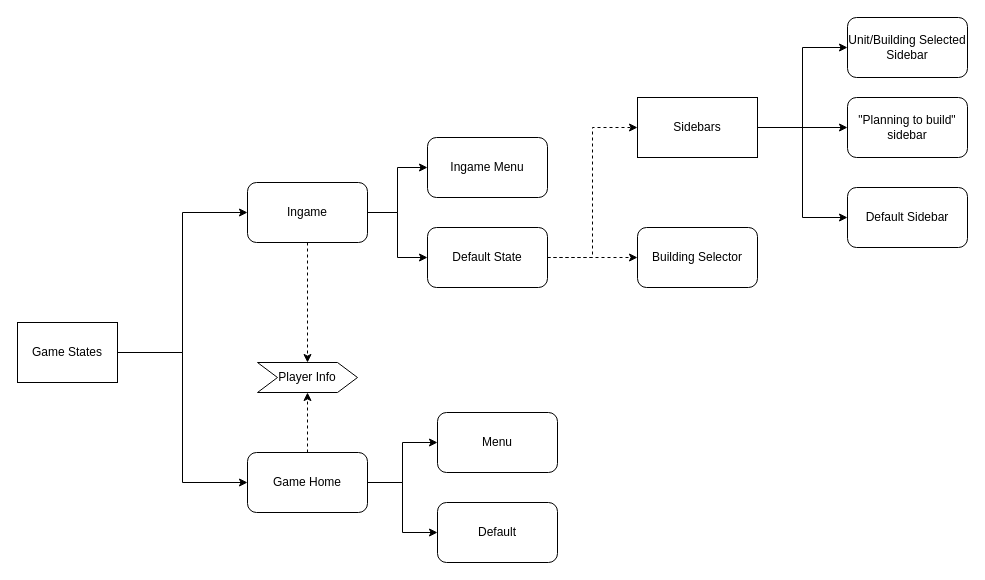
Above: page "game Structure" (3 of 3) of plan.drawio in Trentiumz/rts001 (draw.io), before the change. Source tidied: cells renumbered, new cells numbered last; positions are measured from the earlier drawing's top-left corner, leaving out a move shared by most shapes. Both pictures are drawn from the tidied source at 100%, with x=0, y=0 at pixel (17, 17).
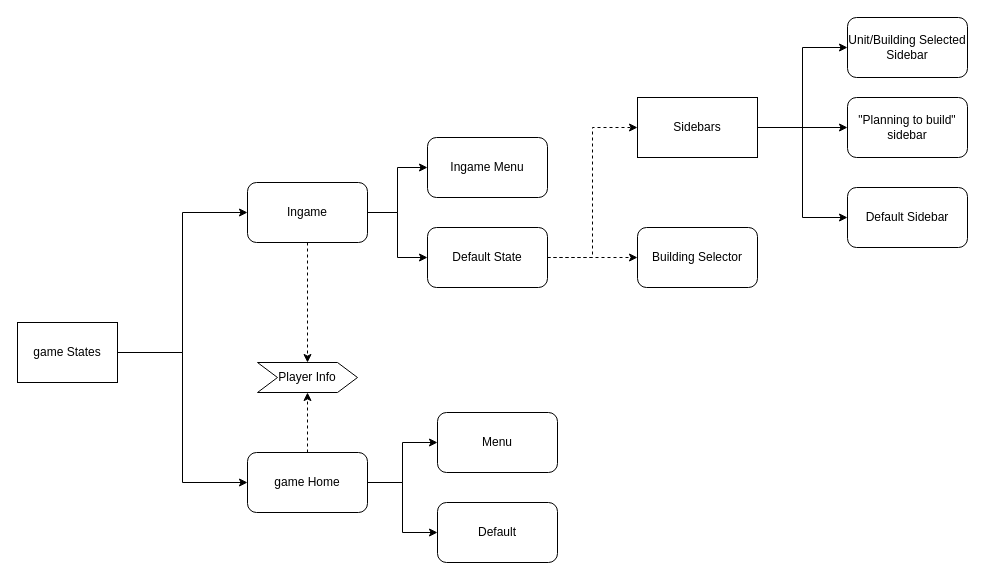
Above is the later version.

Change to the diagram source:
```diff
@@
-    <mxCell id="4" value="Game States" style="rounded=0;whiteSpace=wrap;html=1;" parent="1" vertex="1">
+    <mxCell id="4" value="game States" style="rounded=0;whiteSpace=wrap;html=1;" parent="1" vertex="1">
       <mxGeometry y="305" width="100" height="60" as="geometry" />
     </mxCell>
@@
-    <mxCell id="12" value="Game Home" style="rounded=1;whiteSpace=wrap;html=1;" parent="1" vertex="1">
+    <mxCell id="12" value="game Home" style="rounded=1;whiteSpace=wrap;html=1;" parent="1" vertex="1">
       <mxGeometry x="230" y="435" width="120" height="60" as="geometry" />
     </mxCell>
```
